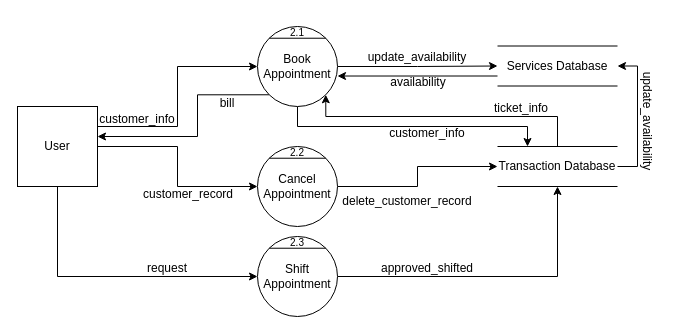
This is Project Proposal PU/Ediatble Diagrams/DFD2 Admin.drawio from camper0g/2nd-Semester-Project, a draw.io file, before an edit. Source tidied: cells renumbered, new cells numbered last; positions are measured from the earlier drawing's top-left corner, leaving out a move shared by most shapes. Both pictures are drawn from the tidied source at 100%, with x=0, y=0 at pixel (17, 17).
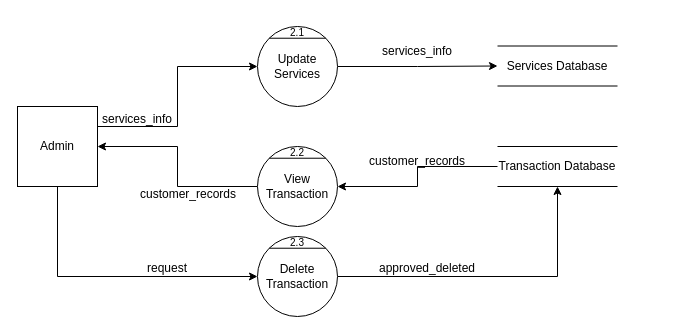
After the change.

The change refers to these unchanged cells:
```xml
<mxCell id="19" value="Services Database" style="text;html=1;strokeColor=none;fillColor=none;align=center;verticalAlign=middle;whiteSpace=wrap;rounded=0;" parent="1" vertex="1">
  <mxGeometry x="480" y="28.5" width="120" height="40" as="geometry" />
</mxCell>
<mxCell id="24" value="Transaction Database" style="text;html=1;strokeColor=none;fillColor=none;align=center;verticalAlign=middle;whiteSpace=wrap;rounded=0;" parent="1" vertex="1">
  <mxGeometry x="480" y="129" width="120" height="40" as="geometry" />
</mxCell>
```

Change to the diagram source:
```diff
@@
-    <mxCell id="4" style="edgeStyle=orthogonalEdgeStyle;rounded=0;jettySize=auto;html=1;exitX=1;exitY=0.5;exitDx=0;exitDy=0;entryX=0;entryY=0.5;entryDx=0;entryDy=0;" parent="1" edge="1" source="5" target="12">
-      <mxGeometry relative="1" as="geometry" />
-    </mxCell>
-    <mxCell id="5" value="User" style="whiteSpace=wrap;html=1;" parent="1" vertex="1">
+    <mxCell id="5" value="Admin" style="whiteSpace=wrap;html=1;" parent="1" vertex="1">
       <mxGeometry y="89" width="80" height="80" as="geometry" />
     </mxCell>
@@
-    <mxCell id="7" style="edgeStyle=orthogonalEdgeStyle;rounded=0;jettySize=auto;html=1;exitX=0.5;exitY=1;exitDx=0;exitDy=0;entryX=0.25;entryY=0;entryDx=0;entryDy=0;" parent="1" edge="1" source="9" target="24">
-      <mxGeometry relative="1" as="geometry" />
-    </mxCell>
-    <mxCell id="8" style="edgeStyle=orthogonalEdgeStyle;rounded=0;jettySize=auto;html=1;exitX=0;exitY=1;exitDx=0;exitDy=0;entryX=1;entryY=0.375;entryDx=0;entryDy=0;entryPerimeter=0;" parent="1" edge="1" source="9" target="5">
-      <mxGeometry relative="1" as="geometry">
-        <Array as="points">
-          <mxPoint x="180" y="77" />
-          <mxPoint x="180" y="119" />
-        </Array>
-      </mxGeometry>
-    </mxCell>
-    <mxCell id="9" value="Book Appointment" style="ellipse;whiteSpace=wrap;html=1;" parent="1" vertex="1">
+    <mxCell id="9" value="Update Services" style="ellipse;whiteSpace=wrap;html=1;" parent="1" vertex="1">
       <mxGeometry x="240" y="9" width="80" height="80" as="geometry" />
     </mxCell>
@@
-    <mxCell id="11" style="edgeStyle=orthogonalEdgeStyle;rounded=0;jettySize=auto;html=1;exitX=1;exitY=0.5;exitDx=0;exitDy=0;entryX=0;entryY=0.5;entryDx=0;entryDy=0;" parent="1" edge="1" source="12" target="24">
-      <mxGeometry relative="1" as="geometry" />
-    </mxCell>
+    <mxCell id="40" style="edgeStyle=orthogonalEdgeStyle;rounded=0;jettySize=auto;html=1;exitX=0;exitY=0.5;exitDx=0;exitDy=0;entryX=1;entryY=0.5;entryDx=0;entryDy=0;" parent="1" edge="1" source="12" target="5">
+      <mxGeometry relative="1" as="geometry" />
+    </mxCell>
-    <mxCell id="12" value="Cancel Appointment" style="ellipse;whiteSpace=wrap;html=1;" parent="1" vertex="1">
+    <mxCell id="12" value="View Transaction" style="ellipse;whiteSpace=wrap;html=1;" parent="1" vertex="1">
       <mxGeometry x="240" y="129" width="80" height="80" as="geometry" />
     </mxCell>
@@
-    <mxCell id="14" value="customer_info" style="text;html=1;strokeColor=none;fillColor=none;align=center;verticalAlign=middle;whiteSpace=wrap;rounded=0;" parent="1" vertex="1">
+    <mxCell id="14" value="services_info" style="text;html=1;strokeColor=none;fillColor=none;align=center;verticalAlign=middle;whiteSpace=wrap;rounded=0;" parent="1" vertex="1">
       <mxGeometry x="90" y="87" width="60" height="30" as="geometry" />
     </mxCell>
-    <mxCell id="15" value="customer_record" style="text;html=1;strokeColor=none;fillColor=none;align=center;verticalAlign=middle;whiteSpace=wrap;rounded=0;" parent="1" vertex="1">
+    <mxCell id="15" value="customer_records" style="text;html=1;strokeColor=none;fillColor=none;align=center;verticalAlign=middle;whiteSpace=wrap;rounded=0;" parent="1" vertex="1">
       <mxGeometry x="141" y="162" width="60" height="30" as="geometry" />
     </mxCell>
@@
-    <mxCell id="18" style="edgeStyle=orthogonalEdgeStyle;rounded=0;jettySize=auto;html=1;exitX=0;exitY=0.75;exitDx=0;exitDy=0;entryX=1;entryY=0.619;entryDx=0;entryDy=0;entryPerimeter=0;" parent="1" edge="1" source="19" target="9">
-      <mxGeometry relative="1" as="geometry" />
-    </mxCell>
@@
-    <mxCell id="22" style="edgeStyle=orthogonalEdgeStyle;rounded=0;jettySize=auto;html=1;exitX=0.5;exitY=0;exitDx=0;exitDy=0;entryX=1;entryY=1;entryDx=0;entryDy=0;" parent="1" edge="1" source="24" target="9">
-      <mxGeometry relative="1" as="geometry">
-        <Array as="points">
-          <mxPoint x="540" y="99" />
-          <mxPoint x="308" y="99" />
-        </Array>
-      </mxGeometry>
-    </mxCell>
-    <mxCell id="23" style="edgeStyle=orthogonalEdgeStyle;rounded=0;jettySize=auto;html=1;exitX=1;exitY=0.5;exitDx=0;exitDy=0;entryX=1;entryY=0.5;entryDx=0;entryDy=0;" parent="1" edge="1" source="24" target="19">
-      <mxGeometry relative="1" as="geometry" />
-    </mxCell>
+    <mxCell id="41" style="edgeStyle=orthogonalEdgeStyle;rounded=0;jettySize=auto;html=1;exitX=0;exitY=0.5;exitDx=0;exitDy=0;entryX=1;entryY=0.5;entryDx=0;entryDy=0;" parent="1" edge="1" source="24" target="12">
+      <mxGeometry relative="1" as="geometry" />
+    </mxCell>
@@
-    <mxCell id="25" value="update_availability" style="text;html=1;strokeColor=none;fillColor=none;align=center;verticalAlign=middle;whiteSpace=wrap;rounded=0;" parent="1" vertex="1">
-      <mxGeometry x="370" y="25" width="60" height="30" as="geometry" />
+    <mxCell id="25" value="services_info" style="text;html=1;strokeColor=none;fillColor=none;align=center;verticalAlign=middle;whiteSpace=wrap;rounded=0;" parent="1" vertex="1">
+      <mxGeometry x="370" y="19" width="60" height="30" as="geometry" />
     </mxCell>
+    <mxCell id="42" value="customer_records" style="text;html=1;strokeColor=none;fillColor=none;align=center;verticalAlign=middle;whiteSpace=wrap;rounded=0;" parent="1" vertex="1">
+      <mxGeometry x="370" y="129" width="60" height="30" as="geometry" />
+    </mxCell>
@@
-    <mxCell id="29" value="Shift Appointment" style="ellipse;whiteSpace=wrap;html=1;" parent="1" vertex="1">
+    <mxCell id="29" value="Delete Transaction" style="ellipse;whiteSpace=wrap;html=1;" parent="1" vertex="1">
       <mxGeometry x="240" y="219" width="80" height="80" as="geometry" />
     </mxCell>
@@
-    <mxCell id="33" value="approved_shifted" style="text;html=1;strokeColor=none;fillColor=none;align=center;verticalAlign=middle;whiteSpace=wrap;rounded=0;" parent="1" vertex="1">
+    <mxCell id="33" value="approved_deleted" style="text;html=1;strokeColor=none;fillColor=none;align=center;verticalAlign=middle;whiteSpace=wrap;rounded=0;" parent="1" vertex="1">
       <mxGeometry x="380" y="236" width="60" height="30" as="geometry" />
     </mxCell>
-    <mxCell id="34" value="availability" style="text;html=1;strokeColor=none;fillColor=none;align=center;verticalAlign=middle;whiteSpace=wrap;rounded=0;" parent="1" vertex="1">
-      <mxGeometry x="371" y="50" width="60" height="30" as="geometry" />
-    </mxCell>
-    <mxCell id="35" value="customer_info" style="text;html=1;strokeColor=none;fillColor=none;align=center;verticalAlign=middle;whiteSpace=wrap;rounded=0;" parent="1" vertex="1">
-      <mxGeometry x="380" y="101" width="60" height="30" as="geometry" />
-    </mxCell>
-    <mxCell id="36" value="ticket_info" style="text;html=1;strokeColor=none;fillColor=none;align=center;verticalAlign=middle;whiteSpace=wrap;rounded=0;" parent="1" vertex="1">
-      <mxGeometry x="474" y="76" width="60" height="30" as="geometry" />
-    </mxCell>
-    <mxCell id="37" value="delete_customer_record" style="text;html=1;strokeColor=none;fillColor=none;align=center;verticalAlign=middle;whiteSpace=wrap;rounded=0;" parent="1" vertex="1">
-      <mxGeometry x="360" y="169" width="60" height="30" as="geometry" />
-    </mxCell>
-    <mxCell id="38" value="bill" style="text;html=1;strokeColor=none;fillColor=none;align=center;verticalAlign=middle;whiteSpace=wrap;rounded=0;" parent="1" vertex="1">
-      <mxGeometry x="180" y="71" width="60" height="30" as="geometry" />
-    </mxCell>
-    <mxCell id="39" value="update_availability" style="text;html=1;strokeColor=none;fillColor=none;align=center;verticalAlign=middle;whiteSpace=wrap;rounded=0;rotation=90;" parent="1" vertex="1">
-      <mxGeometry x="600" y="89" width="60" height="30" as="geometry" />
-    </mxCell>
```
